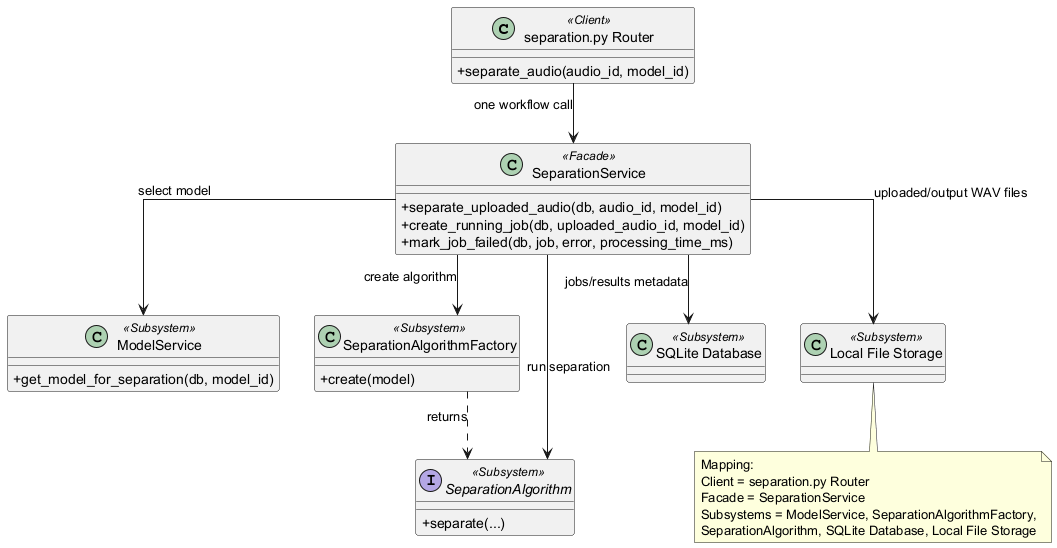
Before: docs/software_design_report/diagrams/img/facade_project.png, a diagram exported from PlantUML (ASHRAF-2004/Machine-Learning-Based-System-for-Cardiopulmonary-Sound-Separation).
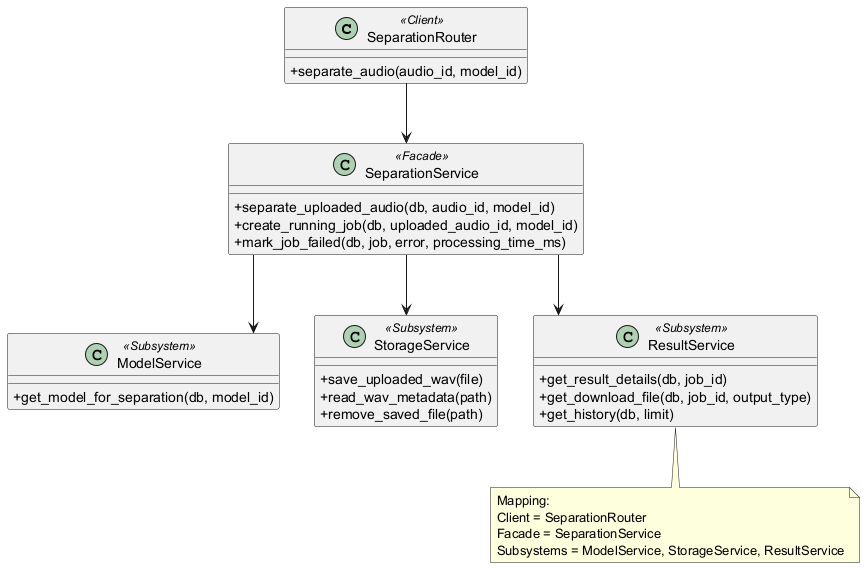
The same diagram one commit later.

Commit message:
Align facade pattern roles with class diagram

What changed in the source:
```diff
@@ -4,11 +4,11 @@
 skinparam shadowing false
 skinparam linetype ortho
 
-class "separation.py Router" as SeparationRouter <<Client>> {
+class SeparationRouter <<Client>> {
   +separate_audio(audio_id, model_id)
 }
 
-class "SeparationService" as SeparationService <<Facade>> {
+class SeparationService <<Facade>> {
   +separate_uploaded_audio(db, audio_id, model_id)
   +create_running_job(db, uploaded_audio_id, model_id)
   +mark_job_failed(db, job, error, processing_time_ms)
@@ -18,32 +18,28 @@
   +get_model_for_separation(db, model_id)
 }
 
-class SeparationAlgorithmFactory <<Subsystem>> {
-  +create(model)
+class StorageService <<Subsystem>> {
+  +save_uploaded_wav(file)
+  +read_wav_metadata(path)
+  +remove_saved_file(path)
 }
 
-interface SeparationAlgorithm <<Subsystem>> {
-  +separate(...)
+class ResultService <<Subsystem>> {
+  +get_result_details(db, job_id)
+  +get_download_file(db, job_id, output_type)
+  +get_history(db, limit)
 }
 
-class "SQLite Database" as SQLite <<Subsystem>>
-class "Local File Storage" as FileStorage <<Subsystem>>
-
-SeparationRouter --> SeparationService : one workflow call
-SeparationService --> ModelService : select model
-SeparationService --> SeparationAlgorithmFactory : create algorithm
-SeparationService --> SeparationAlgorithm : run separation
-SeparationService --> SQLite : jobs/results metadata
-SeparationService --> FileStorage : uploaded/output WAV files
-
-SeparationAlgorithmFactory ..> SeparationAlgorithm : returns
+SeparationRouter --> SeparationService
+SeparationService --> ModelService
+SeparationService --> StorageService
+SeparationService --> ResultService
 
 note bottom
   Mapping:
-  Client = separation.py Router
+  Client = SeparationRouter
   Facade = SeparationService
-  Subsystems = ModelService, SeparationAlgorithmFactory,
-  SeparationAlgorithm, SQLite Database, Local File Storage
+  Subsystems = ModelService, StorageService, ResultService
 end note
 
 @enduml
```
